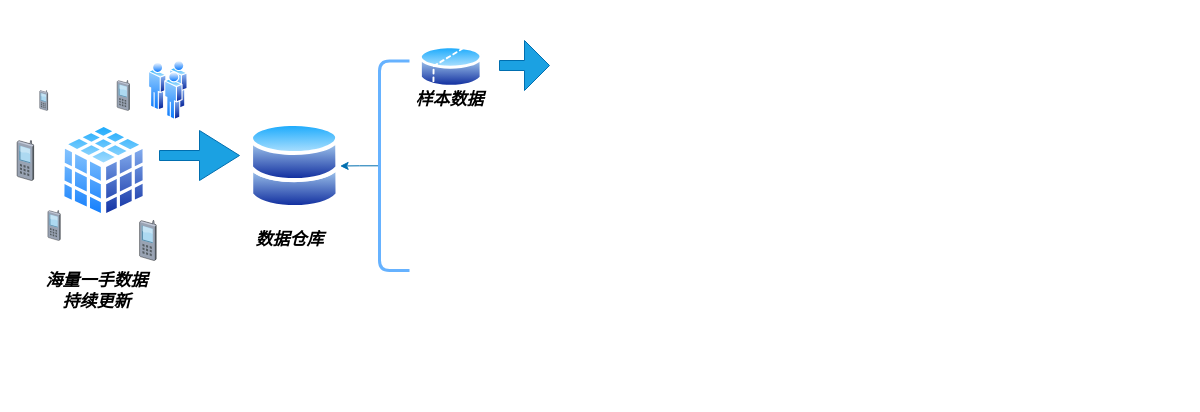
Before: Untitled Diagram.drawio in Jackieze/hello-python, a draw.io diagram. Source tidied: cells renumbered, new cells numbered last; positions are measured from the earlier drawing's top-left corner, leaving out a move shared by most shapes. Both pictures are drawn from the tidied source at 100%, with x=0, y=0 at pixel (17, 40). Pictures stored in the file or linked from it are replaced by grey dashed boxes.
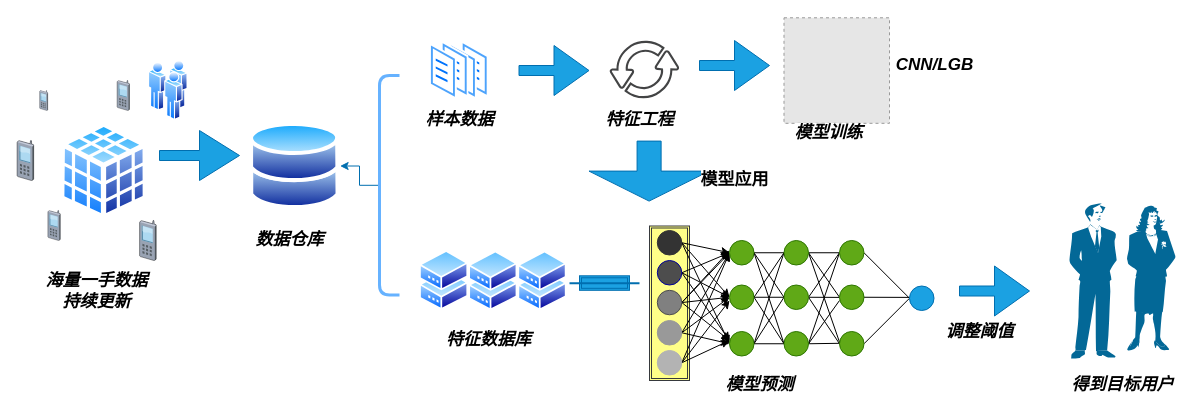
After the change.

What changed in the source:
```diff
@@
-    <mxCell id="9" style="shape=curlyBracket;whiteSpace=wrap;html=1;rounded=1;size=0;strokeWidth=3;shadow=0;sketch=0;perimeterSpacing=0;gradientDirection=east;strokeColor=#66B2FF;" parent="1" vertex="1">
-      <mxGeometry x="362" y="20.5" width="30" height="209.5" as="geometry" />
+    <mxCell id="9" style="shape=curlyBracket;whiteSpace=wrap;html=1;rounded=1;size=0;strokeWidth=3;shadow=0;sketch=0;perimeterSpacing=1;gradientDirection=east;strokeColor=#66B2FF;" parent="1" vertex="1">
+      <mxGeometry x="362" y="35" width="20" height="219.5" as="geometry" />
     </mxCell>
@@
-    <mxCell id="15" style="perimeter=ellipsePerimeter;html=1;align=center;shadow=0;dashed=0;spacingTop=3;image;image=img/lib/active_directory/database_partition_2.svg;sketch=0;strokeColor=#66B2FF;strokeWidth=3;gradientColor=none;" parent="1" vertex="1">
-      <mxGeometry x="402" y="3" width="63.5" height="47" as="geometry" />
-    </mxCell>
     <mxCell id="16" value="&lt;font style=&quot;font-size: 17px&quot;&gt;&lt;b&gt;&lt;i&gt;样本数据&lt;/i&gt;&lt;/b&gt;&lt;/font&gt;" style="text;html=1;align=center;verticalAlign=middle;fillColor=none;strokeColor=none;rounded=0;shadow=0;sketch=0;" parent="1" vertex="1">
-      <mxGeometry x="392" y="50" width="80" height="20" as="geometry" />
+      <mxGeometry x="402" y="70" width="80" height="20" as="geometry" />
     </mxCell>
-    <mxCell id="17" style="shape=singleArrow;whiteSpace=wrap;html=1;arrowWidth=0.2;arrowSize=0.5;fillColor=#1ba1e2;strokeColor=#006EAF;fontColor=#ffffff;" parent="1" vertex="1">
-      <mxGeometry x="482" width="50" height="50" as="geometry" />
-    </mxCell>
+    <mxCell id="18" style="perimeter=ellipsePerimeter;html=1;align=center;shadow=0;dashed=0;spacingTop=3;image;image=img/lib/active_directory/documents.svg;sketch=0;strokeColor=#66B2FF;strokeWidth=3;gradientColor=none;" parent="1" vertex="1">
+      <mxGeometry x="432" width="39.6" height="60" as="geometry" />
+    </mxCell>
+    <mxCell id="19" style="perimeter=ellipsePerimeter;html=1;align=center;shadow=0;dashed=0;spacingTop=3;image;image=img/lib/active_directory/documents.svg;sketch=0;strokeColor=#66B2FF;strokeWidth=3;gradientColor=none;" parent="1" vertex="1">
+      <mxGeometry x="412" width="39.6" height="60" as="geometry" />
+    </mxCell>
+    <mxCell id="20" style="shadow=0;dashed=0;html=1;strokeColor=none;fillColor=#434445;labelPosition=center;verticalLabelPosition=bottom;verticalAlign=top;align=center;shape=mxgraph.vvd.business_continuity_data_protection;sketch=0;" parent="1" vertex="1">
+      <mxGeometry x="592" width="69.8" height="60" as="geometry" />
+    </mxCell>
+    <mxCell id="21" value="&lt;font style=&quot;font-size: 17px&quot;&gt;&lt;b&gt;&lt;i&gt;特征工程&lt;/i&gt;&lt;/b&gt;&lt;/font&gt;" style="text;html=1;align=center;verticalAlign=middle;fillColor=none;strokeColor=none;rounded=0;shadow=0;sketch=0;" parent="1" vertex="1">
+      <mxGeometry x="581.8" y="70" width="80" height="20" as="geometry" />
+    </mxCell>
+    <mxCell id="22" style="shape=singleArrow;whiteSpace=wrap;html=1;arrowWidth=0.2;arrowSize=0.5;fillColor=#1ba1e2;strokeColor=#006EAF;fontColor=#ffffff;" parent="1" vertex="1">
+      <mxGeometry x="682" width="70" height="50" as="geometry" />
+    </mxCell>
+    <mxCell id="23" style="shape=singleArrow;whiteSpace=wrap;html=1;arrowWidth=0.2;arrowSize=0.5;fillColor=#1ba1e2;strokeColor=#006EAF;fontColor=#ffffff;" parent="1" vertex="1">
+      <mxGeometry x="501.5" y="5" width="70" height="50" as="geometry" />
+    </mxCell>
+    <mxCell id="24" value="&lt;b&gt;&lt;i&gt;&lt;font style=&quot;font-size: 17px&quot;&gt;CNN/LGB&lt;/font&gt;&lt;/i&gt;&lt;/b&gt;" style="text;html=1;align=center;verticalAlign=middle;fillColor=none;strokeColor=none;rounded=0;labelBackgroundColor=#ffffff;" parent="1" vertex="1">
+      <mxGeometry x="872" y="15" width="90" height="20" as="geometry" />
+    </mxCell>
+    <mxCell id="25" style="shape=singleArrow;whiteSpace=wrap;html=1;arrowWidth=0.2;arrowSize=0.5;fillColor=#1ba1e2;strokeColor=#006EAF;fontColor=#ffffff;direction=south;" parent="1" vertex="1">
+      <mxGeometry x="571.5" y="100.6" width="120.2" height="60" as="geometry" />
+    </mxCell>
+    <mxCell id="26" style="perimeter=ellipsePerimeter;html=1;align=center;shadow=0;dashed=0;spacingTop=3;image;image=img/lib/active_directory/shadowed_router.svg;labelBackgroundColor=#ffffff;" parent="1" vertex="1">
+      <mxGeometry x="402" y="210" width="49.2" height="60" as="geometry" />
+    </mxCell>
+    <mxCell id="27" style="fillColor=#E6E6E6;strokeColor=#999999;dashed=1;html=1;verticalAlign=top;verticalLabelPosition=bottom;labelBackgroundColor=#ffffff;" parent="1" vertex="1">
+      <mxGeometry x="766.5" y="-22.7" width="105.5" height="105.5" as="geometry" />
+    </mxCell>
+    <mxCell id="28" value="&lt;font style=&quot;font-size: 17px&quot;&gt;&lt;b&gt;&lt;i&gt;模型预测&lt;/i&gt;&lt;/b&gt;&lt;/font&gt;" style="text;html=1;align=center;verticalAlign=middle;fillColor=none;strokeColor=none;rounded=0;labelBackgroundColor=#ffffff;" parent="1" vertex="1">
+      <mxGeometry x="702" y="334.5" width="80" height="20" as="geometry" />
+    </mxCell>
+    <mxCell id="29" style="perimeter=ellipsePerimeter;html=1;align=center;shadow=0;dashed=0;spacingTop=3;image;image=img/lib/active_directory/shadowed_router.svg;labelBackgroundColor=#ffffff;" parent="1" vertex="1">
+      <mxGeometry x="451.2" y="210.5" width="49.2" height="60" as="geometry" />
+    </mxCell>
+    <mxCell id="30" style="perimeter=ellipsePerimeter;html=1;align=center;shadow=0;dashed=0;spacingTop=3;image;image=img/lib/active_directory/shadowed_router.svg;labelBackgroundColor=#ffffff;" parent="1" vertex="1">
+      <mxGeometry x="500.4" y="210.5" width="49.2" height="60" as="geometry" />
+    </mxCell>
+    <mxCell id="31" style="shape=ext;double=1;rounded=0;whiteSpace=wrap;html=1;labelBackgroundColor=#ffffff;fillColor=#1ba1e2;strokeColor=#006EAF;fontColor=#ffffff;" parent="1" vertex="1">
+      <mxGeometry x="562" y="235.3" width="50" height="14.5" as="geometry" />
+    </mxCell>
+    <mxCell id="32" style="line;strokeWidth=2;html=1;labelBackgroundColor=#ffffff;fillColor=#1ba1e2;strokeColor=#006EAF;fontColor=#ffffff;" parent="1" vertex="1">
+      <mxGeometry x="552" y="237.8" width="70" height="10" as="geometry" />
+    </mxCell>
+    <mxCell id="33" style="shape=ext;double=1;rounded=0;whiteSpace=wrap;html=1;labelBackgroundColor=#ffffff;fillColor=#ffff88;strokeColor=#36393d;" parent="1" vertex="1">
+      <mxGeometry x="632" y="185.5" width="40" height="154.5" as="geometry" />
+    </mxCell>
+    <mxCell id="34" style="jettySize=auto;html=1;exitX=1;exitY=0.5;exitDx=0;exitDy=0;entryX=0;entryY=0.5;entryDx=0;entryDy=0;rounded=0;" parent="1" edge="1" source="37" target="59">
+      <mxGeometry relative="1" as="geometry" />
+    </mxCell>
+    <mxCell id="35" style="edgeStyle=none;rounded=0;jettySize=auto;html=1;exitX=1;exitY=0.5;exitDx=0;exitDy=0;entryX=0;entryY=0.5;entryDx=0;entryDy=0;" parent="1" edge="1" source="37" target="63">
+      <mxGeometry relative="1" as="geometry" />
+    </mxCell>
+    <mxCell id="36" style="edgeStyle=none;rounded=0;jettySize=auto;html=1;exitX=1;exitY=0.5;exitDx=0;exitDy=0;entryX=0;entryY=0.5;entryDx=0;entryDy=0;" parent="1" edge="1" source="37" target="67">
+      <mxGeometry relative="1" as="geometry" />
+    </mxCell>
+    <mxCell id="37" style="ellipse;whiteSpace=wrap;html=1;labelBackgroundColor=#ffffff;strokeColor=#333333;fillColor=#333333;strokeWidth=1;" parent="1" vertex="1">
+      <mxGeometry x="639.8" y="190" width="24.5" height="24.5" as="geometry" />
+    </mxCell>
+    <mxCell id="38" style="edgeStyle=none;rounded=0;jettySize=auto;html=1;exitX=1;exitY=0.5;exitDx=0;exitDy=0;entryX=0;entryY=0.5;entryDx=0;entryDy=0;" parent="1" edge="1" source="41" target="59">
+      <mxGeometry relative="1" as="geometry" />
+    </mxCell>
+    <mxCell id="39" style="edgeStyle=none;rounded=0;jettySize=auto;html=1;exitX=1;exitY=0.5;exitDx=0;exitDy=0;" parent="1" edge="1" source="41">
+      <mxGeometry relative="1" as="geometry">
+        <mxPoint x="712" y="260" as="targetPoint" />
+      </mxGeometry>
+    </mxCell>
+    <mxCell id="40" style="edgeStyle=none;rounded=0;jettySize=auto;html=1;exitX=1;exitY=0.5;exitDx=0;exitDy=0;" parent="1" edge="1" source="41">
+      <mxGeometry relative="1" as="geometry">
+        <mxPoint x="712" y="300" as="targetPoint" />
+      </mxGeometry>
+    </mxCell>
+    <mxCell id="41" style="ellipse;whiteSpace=wrap;html=1;labelBackgroundColor=#ffffff;strokeColor=#B3B3B3;fillColor=#B3B3B3;" parent="1" vertex="1">
+      <mxGeometry x="639.8" y="310" width="24.5" height="24.5" as="geometry" />
+    </mxCell>
+    <mxCell id="42" style="edgeStyle=none;rounded=0;jettySize=auto;html=1;exitX=1;exitY=0.5;exitDx=0;exitDy=0;entryX=0;entryY=0.5;entryDx=0;entryDy=0;" parent="1" edge="1" source="45" target="59">
+      <mxGeometry relative="1" as="geometry" />
+    </mxCell>
+    <mxCell id="43" style="edgeStyle=none;rounded=0;jettySize=auto;html=1;exitX=1;exitY=0.5;exitDx=0;exitDy=0;entryX=0;entryY=0.5;entryDx=0;entryDy=0;" parent="1" edge="1" source="45" target="63">
+      <mxGeometry relative="1" as="geometry" />
+    </mxCell>
+    <mxCell id="44" style="edgeStyle=none;rounded=0;jettySize=auto;html=1;exitX=1;exitY=0.5;exitDx=0;exitDy=0;" parent="1" edge="1" source="45">
+      <mxGeometry relative="1" as="geometry">
+        <mxPoint x="712" y="300" as="targetPoint" />
+      </mxGeometry>
+    </mxCell>
+    <mxCell id="45" style="ellipse;whiteSpace=wrap;html=1;labelBackgroundColor=#ffffff;strokeColor=#000099;fillColor=#4D4D4D;" parent="1" vertex="1">
+      <mxGeometry x="639.8" y="220" width="24.5" height="24.5" as="geometry" />
+    </mxCell>
+    <mxCell id="46" style="edgeStyle=none;rounded=0;jettySize=auto;html=1;exitX=1;exitY=0.5;exitDx=0;exitDy=0;entryX=0;entryY=0.5;entryDx=0;entryDy=0;" parent="1" edge="1" source="50" target="59">
+      <mxGeometry relative="1" as="geometry" />
+    </mxCell>
+    <mxCell id="47" style="edgeStyle=none;rounded=0;jettySize=auto;html=1;exitX=1;exitY=0.5;exitDx=0;exitDy=0;" parent="1" edge="1" source="50">
+      <mxGeometry relative="1" as="geometry">
+        <mxPoint x="712" y="210" as="targetPoint" />
+      </mxGeometry>
+    </mxCell>
+    <mxCell id="48" style="edgeStyle=none;rounded=0;jettySize=auto;html=1;exitX=1;exitY=0.5;exitDx=0;exitDy=0;entryX=0;entryY=0.5;entryDx=0;entryDy=0;" parent="1" edge="1" source="50" target="63">
+      <mxGeometry relative="1" as="geometry" />
+    </mxCell>
+    <mxCell id="49" style="edgeStyle=none;rounded=0;jettySize=auto;html=1;exitX=1;exitY=0.5;exitDx=0;exitDy=0;" parent="1" edge="1" source="50">
+      <mxGeometry relative="1" as="geometry">
+        <mxPoint x="712" y="300" as="targetPoint" />
+      </mxGeometry>
+    </mxCell>
+    <mxCell id="50" style="ellipse;whiteSpace=wrap;html=1;labelBackgroundColor=#ffffff;strokeColor=#4D4D4D;fillColor=#808080;" parent="1" vertex="1">
+      <mxGeometry x="639.8" y="249.8" width="24.5" height="24.5" as="geometry" />
+    </mxCell>
+    <mxCell id="51" style="edgeStyle=none;rounded=0;jettySize=auto;html=1;exitX=1;exitY=0.5;exitDx=0;exitDy=0;entryX=0;entryY=0.5;entryDx=0;entryDy=0;" parent="1" edge="1" source="54" target="59">
+      <mxGeometry relative="1" as="geometry" />
+    </mxCell>
+    <mxCell id="52" style="edgeStyle=none;rounded=0;jettySize=auto;html=1;exitX=1;exitY=0.5;exitDx=0;exitDy=0;entryX=0;entryY=0.5;entryDx=0;entryDy=0;" parent="1" edge="1" source="54" target="63">
+      <mxGeometry relative="1" as="geometry" />
+    </mxCell>
+    <mxCell id="53" style="edgeStyle=none;rounded=0;jettySize=auto;html=1;exitX=1;exitY=0.5;exitDx=0;exitDy=0;entryX=0;entryY=0.5;entryDx=0;entryDy=0;" parent="1" edge="1" source="54" target="67">
+      <mxGeometry relative="1" as="geometry" />
+    </mxCell>
+    <mxCell id="54" style="ellipse;whiteSpace=wrap;html=1;labelBackgroundColor=#ffffff;strokeColor=#999999;fillColor=#999999;" parent="1" vertex="1">
+      <mxGeometry x="639.8" y="280" width="24.5" height="24.5" as="geometry" />
+    </mxCell>
+    <mxCell id="55" style="edgeStyle=orthogonalEdgeStyle;rounded=0;orthogonalLoop=1;jettySize=auto;html=1;exitX=0.5;exitY=1;exitDx=0;exitDy=0;" parent="1" edge="1" source="33" target="33">
+      <mxGeometry relative="1" as="geometry" />
+    </mxCell>
+    <mxCell id="56" style="edgeStyle=none;rounded=0;jettySize=auto;html=1;exitX=1;exitY=0.5;exitDx=0;exitDy=0;entryX=0;entryY=0.5;entryDx=0;entryDy=0;endArrow=none;endFill=0;" parent="1" edge="1" source="59" target="71">
+      <mxGeometry relative="1" as="geometry" />
+    </mxCell>
+    <mxCell id="57" style="edgeStyle=none;rounded=0;jettySize=auto;html=1;exitX=1;exitY=0.5;exitDx=0;exitDy=0;entryX=0;entryY=0.5;entryDx=0;entryDy=0;endArrow=none;endFill=0;" parent="1" edge="1" source="59" target="75">
+      <mxGeometry relative="1" as="geometry" />
+    </mxCell>
+    <mxCell id="58" style="edgeStyle=none;rounded=0;jettySize=auto;html=1;exitX=1;exitY=0.5;exitDx=0;exitDy=0;entryX=0;entryY=0.5;entryDx=0;entryDy=0;endArrow=none;endFill=0;" parent="1" edge="1" source="59" target="79">
+      <mxGeometry relative="1" as="geometry" />
+    </mxCell>
+    <mxCell id="59" style="ellipse;whiteSpace=wrap;html=1;labelBackgroundColor=#ffffff;strokeColor=#2D7600;fillColor=#60a917;fontColor=#ffffff;" parent="1" vertex="1">
+      <mxGeometry x="712" y="200" width="24.5" height="24.5" as="geometry" />
+    </mxCell>
+    <mxCell id="60" style="edgeStyle=none;rounded=0;jettySize=auto;html=1;exitX=1;exitY=0.5;exitDx=0;exitDy=0;entryX=0;entryY=0.5;entryDx=0;entryDy=0;endArrow=none;endFill=0;" parent="1" edge="1" source="63" target="71">
+      <mxGeometry relative="1" as="geometry" />
+    </mxCell>
+    <mxCell id="61" style="edgeStyle=none;rounded=0;jettySize=auto;html=1;exitX=1;exitY=0.5;exitDx=0;exitDy=0;entryX=0;entryY=0.5;entryDx=0;entryDy=0;endArrow=none;endFill=0;" parent="1" edge="1" source="63" target="75">
+      <mxGeometry relative="1" as="geometry" />
+    </mxCell>
+    <mxCell id="62" style="edgeStyle=none;rounded=0;jettySize=auto;html=1;exitX=1;exitY=0.5;exitDx=0;exitDy=0;entryX=0;entryY=0.5;entryDx=0;entryDy=0;endArrow=none;endFill=0;" parent="1" edge="1" source="63" target="79">
+      <mxGeometry relative="1" as="geometry" />
+    </mxCell>
+    <mxCell id="63" style="ellipse;whiteSpace=wrap;html=1;labelBackgroundColor=#ffffff;strokeColor=#2D7600;fillColor=#60a917;fontColor=#ffffff;" parent="1" vertex="1">
+      <mxGeometry x="712" y="244.5" width="24.5" height="24.5" as="geometry" />
+    </mxCell>
+    <mxCell id="64" style="edgeStyle=none;rounded=0;jettySize=auto;html=1;exitX=1;exitY=0.5;exitDx=0;exitDy=0;entryX=0;entryY=0.5;entryDx=0;entryDy=0;endArrow=none;endFill=0;" parent="1" edge="1" source="67" target="71">
+      <mxGeometry relative="1" as="geometry" />
+    </mxCell>
+    <mxCell id="65" style="edgeStyle=none;rounded=0;jettySize=auto;html=1;exitX=1;exitY=0.5;exitDx=0;exitDy=0;entryX=0;entryY=0.5;entryDx=0;entryDy=0;endArrow=none;endFill=0;" parent="1" edge="1" source="67" target="75">
+      <mxGeometry relative="1" as="geometry" />
+    </mxCell>
+    <mxCell id="66" style="edgeStyle=none;rounded=0;jettySize=auto;html=1;exitX=1;exitY=0.5;exitDx=0;exitDy=0;entryX=0;entryY=0.5;entryDx=0;entryDy=0;endArrow=none;endFill=0;" parent="1" edge="1" source="67" target="79">
+      <mxGeometry relative="1" as="geometry" />
+    </mxCell>
+    <mxCell id="67" style="ellipse;whiteSpace=wrap;html=1;labelBackgroundColor=#ffffff;strokeColor=#2D7600;fillColor=#60a917;fontColor=#ffffff;" parent="1" vertex="1">
+      <mxGeometry x="712" y="291" width="24.5" height="24.5" as="geometry" />
+    </mxCell>
+    <mxCell id="68" style="edgeStyle=none;rounded=0;jettySize=auto;html=1;exitX=1;exitY=0.5;exitDx=0;exitDy=0;entryX=0;entryY=0.5;entryDx=0;entryDy=0;endArrow=none;endFill=0;" parent="1" edge="1" source="71" target="81">
+      <mxGeometry relative="1" as="geometry" />
+    </mxCell>
+    <mxCell id="69" style="edgeStyle=none;rounded=0;jettySize=auto;html=1;exitX=1;exitY=0.5;exitDx=0;exitDy=0;entryX=0;entryY=0.5;entryDx=0;entryDy=0;endArrow=none;endFill=0;" parent="1" edge="1" source="71" target="83">
+      <mxGeometry relative="1" as="geometry" />
+    </mxCell>
+    <mxCell id="70" style="edgeStyle=none;rounded=0;jettySize=auto;html=1;exitX=1;exitY=0.5;exitDx=0;exitDy=0;entryX=0;entryY=1;entryDx=0;entryDy=0;endArrow=none;endFill=0;" parent="1" edge="1" source="71" target="85">
+      <mxGeometry relative="1" as="geometry" />
+    </mxCell>
+    <mxCell id="71" style="ellipse;whiteSpace=wrap;html=1;labelBackgroundColor=#ffffff;strokeColor=#2D7600;fillColor=#60a917;fontColor=#ffffff;" parent="1" vertex="1">
+      <mxGeometry x="766.5" y="200" width="24.5" height="24.5" as="geometry" />
+    </mxCell>
+    <mxCell id="72" style="edgeStyle=none;rounded=0;jettySize=auto;html=1;exitX=1;exitY=0.5;exitDx=0;exitDy=0;entryX=0;entryY=0.5;entryDx=0;entryDy=0;endArrow=none;endFill=0;" parent="1" edge="1" source="75" target="81">
+      <mxGeometry relative="1" as="geometry" />
+    </mxCell>
+    <mxCell id="73" style="edgeStyle=none;rounded=0;jettySize=auto;html=1;exitX=1;exitY=0.5;exitDx=0;exitDy=0;endArrow=none;endFill=0;" parent="1" edge="1" source="75">
+      <mxGeometry relative="1" as="geometry">
+        <mxPoint x="822" y="256.9" as="targetPoint" />
+      </mxGeometry>
+    </mxCell>
+    <mxCell id="74" style="edgeStyle=none;rounded=0;jettySize=auto;html=1;exitX=1;exitY=0.5;exitDx=0;exitDy=0;entryX=0;entryY=0.5;entryDx=0;entryDy=0;endArrow=none;endFill=0;" parent="1" edge="1" source="75" target="85">
+      <mxGeometry relative="1" as="geometry" />
+    </mxCell>
+    <mxCell id="75" style="ellipse;whiteSpace=wrap;html=1;labelBackgroundColor=#ffffff;strokeColor=#2D7600;fillColor=#60a917;fontColor=#ffffff;" parent="1" vertex="1">
+      <mxGeometry x="766.5" y="244.5" width="24.5" height="24.5" as="geometry" />
+    </mxCell>
+    <mxCell id="76" style="edgeStyle=none;rounded=0;jettySize=auto;html=1;exitX=1;exitY=0.5;exitDx=0;exitDy=0;entryX=0;entryY=0.5;entryDx=0;entryDy=0;endArrow=none;endFill=0;" parent="1" edge="1" source="79" target="81">
+      <mxGeometry relative="1" as="geometry" />
+    </mxCell>
+    <mxCell id="77" style="edgeStyle=none;rounded=0;jettySize=auto;html=1;exitX=1;exitY=0.5;exitDx=0;exitDy=0;endArrow=none;endFill=0;" parent="1" edge="1" source="79">
+      <mxGeometry relative="1" as="geometry">
+        <mxPoint x="822" y="260" as="targetPoint" />
+      </mxGeometry>
+    </mxCell>
+    <mxCell id="78" style="edgeStyle=none;rounded=0;jettySize=auto;html=1;exitX=1;exitY=0.5;exitDx=0;exitDy=0;endArrow=none;endFill=0;" parent="1" edge="1" source="79">
+      <mxGeometry relative="1" as="geometry">
+        <mxPoint x="822" y="302.8" as="targetPoint" />
+      </mxGeometry>
+    </mxCell>
+    <mxCell id="79" style="ellipse;whiteSpace=wrap;html=1;labelBackgroundColor=#ffffff;strokeColor=#2D7600;fillColor=#60a917;fontColor=#ffffff;" parent="1" vertex="1">
+      <mxGeometry x="766.5" y="291" width="24.5" height="24.5" as="geometry" />
+    </mxCell>
+    <mxCell id="80" style="edgeStyle=none;rounded=0;jettySize=auto;html=1;exitX=1;exitY=0.5;exitDx=0;exitDy=0;entryX=0;entryY=0.5;entryDx=0;entryDy=0;endArrow=none;endFill=0;" parent="1" edge="1" source="81" target="87">
+      <mxGeometry relative="1" as="geometry" />
+    </mxCell>
+    <mxCell id="81" style="ellipse;whiteSpace=wrap;html=1;labelBackgroundColor=#ffffff;strokeColor=#2D7600;fillColor=#60a917;fontColor=#ffffff;" parent="1" vertex="1">
+      <mxGeometry x="822" y="200" width="24.5" height="24.5" as="geometry" />
+    </mxCell>
+    <mxCell id="82" style="edgeStyle=none;rounded=0;jettySize=auto;html=1;exitX=1;exitY=0.5;exitDx=0;exitDy=0;endArrow=none;endFill=0;" parent="1" edge="1" source="83">
+      <mxGeometry relative="1" as="geometry">
+        <mxPoint x="892" y="256.9" as="targetPoint" />
+      </mxGeometry>
+    </mxCell>
+    <mxCell id="83" style="ellipse;whiteSpace=wrap;html=1;labelBackgroundColor=#ffffff;strokeColor=#2D7600;fillColor=#60a917;fontColor=#ffffff;" parent="1" vertex="1">
+      <mxGeometry x="822" y="244.5" width="24.5" height="24.5" as="geometry" />
+    </mxCell>
+    <mxCell id="84" style="edgeStyle=none;rounded=0;jettySize=auto;html=1;exitX=1;exitY=0.5;exitDx=0;exitDy=0;entryX=0;entryY=0.5;entryDx=0;entryDy=0;endArrow=none;endFill=0;" parent="1" edge="1" source="85" target="87">
+      <mxGeometry relative="1" as="geometry" />
+    </mxCell>
+    <mxCell id="85" style="ellipse;whiteSpace=wrap;html=1;labelBackgroundColor=#ffffff;strokeColor=#2D7600;fillColor=#60a917;fontColor=#ffffff;" parent="1" vertex="1">
+      <mxGeometry x="822" y="291" width="24.5" height="24.5" as="geometry" />
+    </mxCell>
+    <mxCell id="86" style="shape=singleArrow;whiteSpace=wrap;html=1;arrowWidth=0.2;arrowSize=0.5;fillColor=#1ba1e2;strokeColor=#006EAF;fontColor=#ffffff;" parent="1" vertex="1">
+      <mxGeometry x="942" y="225.5" width="70" height="50" as="geometry" />
+    </mxCell>
+    <mxCell id="87" style="ellipse;whiteSpace=wrap;html=1;labelBackgroundColor=#ffffff;strokeColor=#006EAF;fillColor=#1ba1e2;fontColor=#ffffff;" parent="1" vertex="1">
+      <mxGeometry x="892" y="245.5" width="24.5" height="24.5" as="geometry" />
+    </mxCell>
+    <mxCell id="88" style="shape=mxgraph.cisco.people.man_woman;html=1;dashed=0;fillColor=#036897;strokeColor=#ffffff;strokeWidth=2;verticalLabelPosition=bottom;verticalAlign=top;align=center;labelBackgroundColor=#ffffff;" parent="1" vertex="1">
+      <mxGeometry x="1052" y="163" width="106" height="155" as="geometry" />
+    </mxCell>
+    <mxCell id="89" value="&lt;font style=&quot;font-size: 17px&quot;&gt;&lt;b&gt;&lt;i&gt;得到目标用户&lt;/i&gt;&lt;/b&gt;&lt;/font&gt;" style="text;html=1;align=center;verticalAlign=middle;fillColor=none;strokeColor=none;rounded=0;labelBackgroundColor=#ffffff;" parent="1" vertex="1">
+      <mxGeometry x="1045" y="334.5" width="120" height="20" as="geometry" />
+    </mxCell>
+    <mxCell id="90" value="&lt;font style=&quot;font-size: 17px&quot;&gt;&lt;b&gt;&lt;i&gt;特征数据库&lt;/i&gt;&lt;/b&gt;&lt;/font&gt;" style="text;html=1;align=center;verticalAlign=middle;fillColor=none;strokeColor=none;rounded=0;labelBackgroundColor=#ffffff;" parent="1" vertex="1">
+      <mxGeometry x="421.2" y="290" width="100" height="20" as="geometry" />
+    </mxCell>
+    <mxCell id="91" value="&lt;font style=&quot;font-size: 17px&quot;&gt;&lt;b&gt;&lt;i&gt;模型训练&lt;/i&gt;&lt;/b&gt;&lt;/font&gt;" style="text;html=1;align=center;verticalAlign=middle;fillColor=none;strokeColor=none;rounded=0;labelBackgroundColor=#ffffff;" parent="1" vertex="1">
+      <mxGeometry x="771" y="82.7" width="80" height="20" as="geometry" />
+    </mxCell>
+    <mxCell id="92" value="&lt;b&gt;&lt;font style=&quot;font-size: 17px&quot;&gt;模型应用&lt;/font&gt;&lt;/b&gt;" style="text;html=1;align=center;verticalAlign=middle;fillColor=none;strokeColor=none;rounded=0;labelBackgroundColor=#ffffff;" parent="1" vertex="1">
+      <mxGeometry x="676.5" y="130" width="80" height="20" as="geometry" />
+    </mxCell>
+    <mxCell id="93" value="&lt;i&gt;&lt;b&gt;&lt;font style=&quot;font-size: 17px&quot;&gt;调整阈值&lt;/font&gt;&lt;/b&gt;&lt;/i&gt;" style="text;html=1;align=center;verticalAlign=middle;fillColor=none;strokeColor=none;rounded=0;labelBackgroundColor=#ffffff;" parent="1" vertex="1">
+      <mxGeometry x="922" y="282.2" width="80" height="20" as="geometry" />
+    </mxCell>
```
